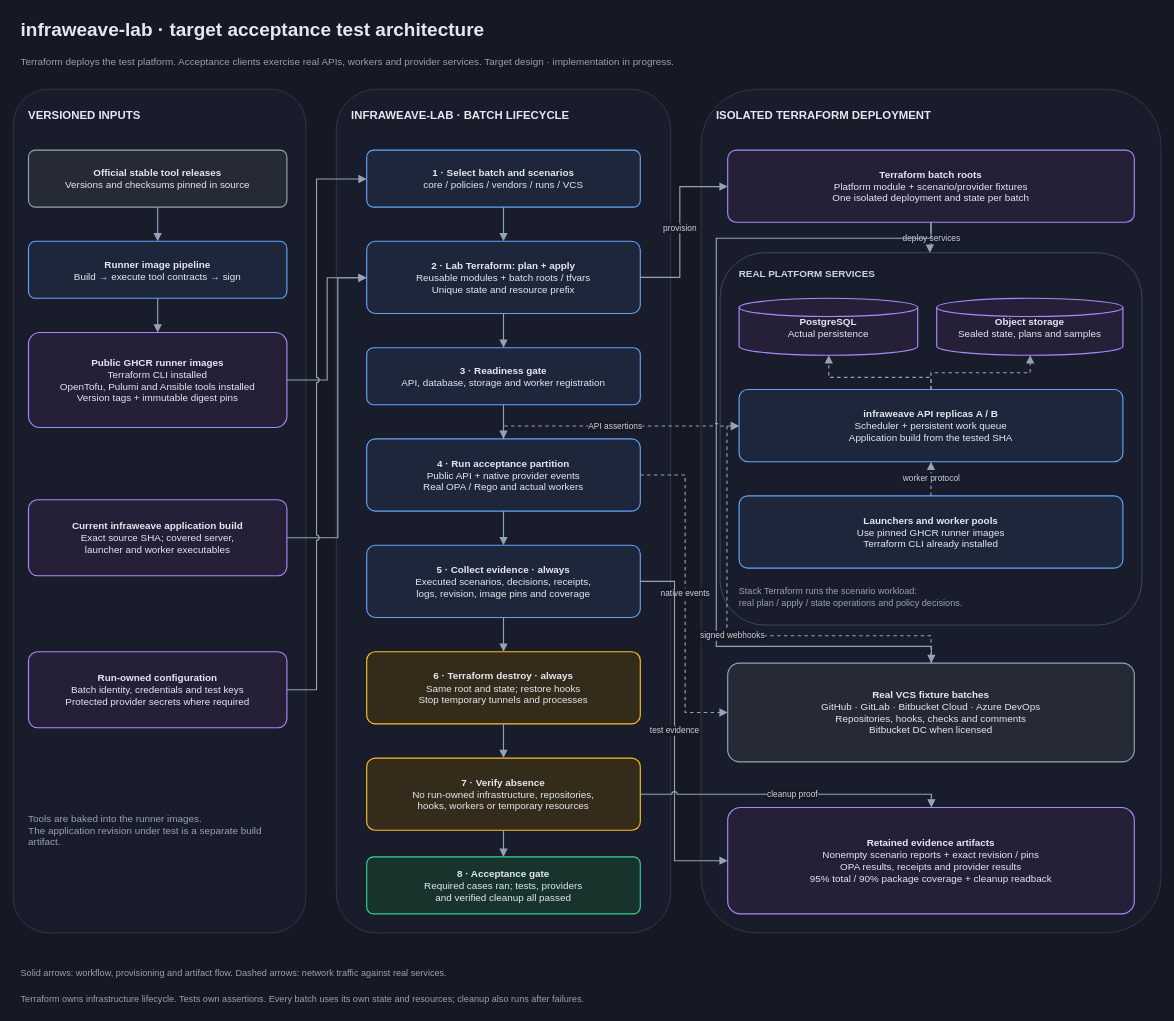
This is docs/diagrams/infraweave-lab-test-architecture.drawio from weaveplatform/infraweave, a draw.io file, before an edit. Source tidied: cells renumbered, new cells numbered last; positions are measured from the earlier drawing's top-left corner, leaving out a move shared by most shapes. Both pictures are drawn from the tidied source at 76%, with x=0, y=0 at pixel (13, 13).
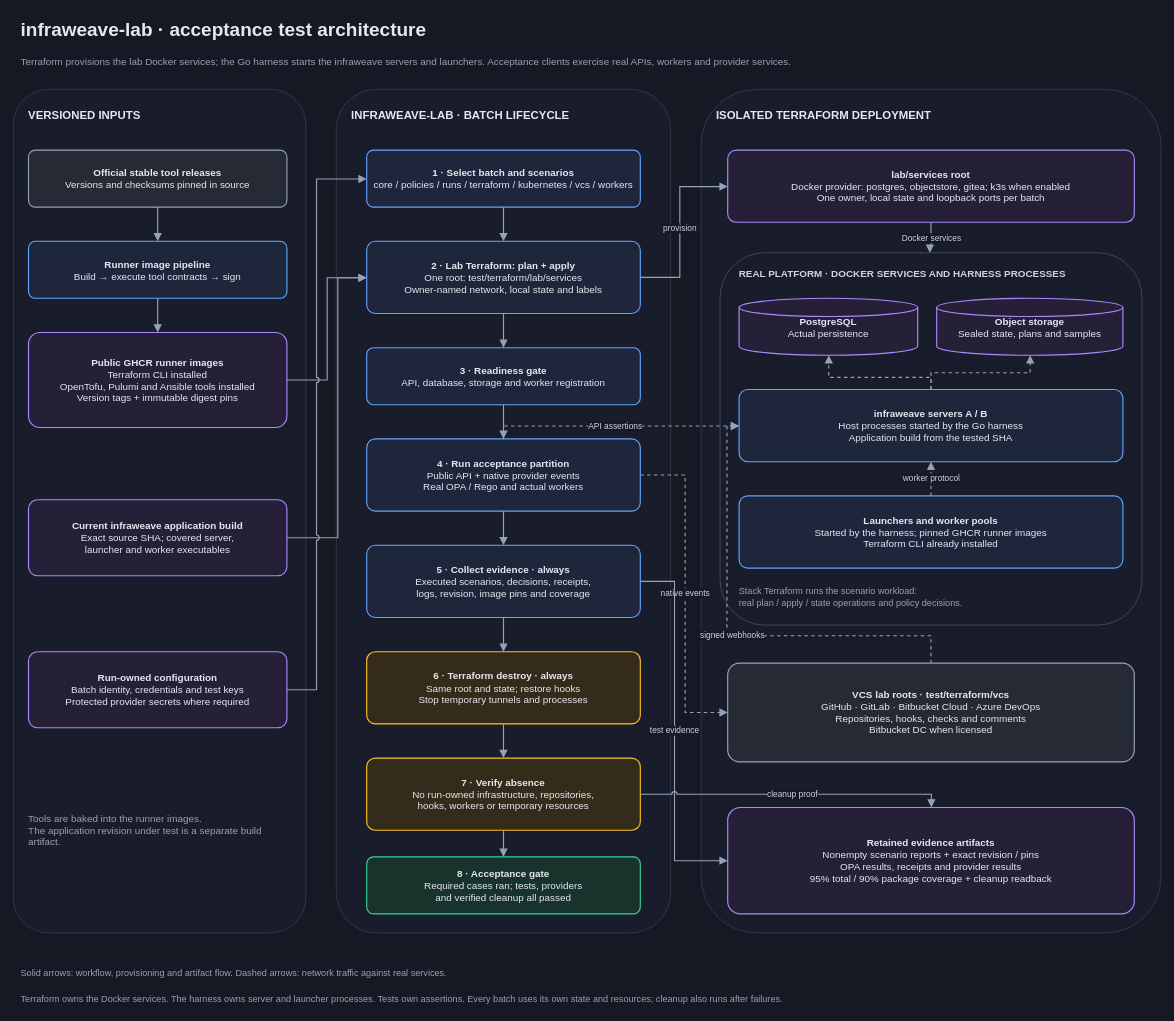
After the change.

The change refers to these unchanged cells:
```xml
<mxCell id="25" style="rounded=1;arcSize=12;whiteSpace=wrap;html=1;fontFamily=Helvetica;fontSize=13;fontColor=#e6e8f0;strokeWidth=1.5;spacing=10;fillColor=#191d2b;strokeColor=#3a3f55;dashed=0;strokeColor=#475569;strokeWidth=1;" parent="1" vertex="1">
  <mxGeometry x="930" y="315" width="555" height="490" as="geometry" />
</mxCell>
```

Diff of the diagram source:
```diff
@@
-    <mxCell id="2" value="infraweave-lab · target acceptance test architecture" style="text;html=1;whiteSpace=wrap;fontFamily=Helvetica;fontSize=25;fontColor=#e6e8f0;align=left;verticalAlign=middle;spacing=0;fontStyle=1;" parent="1" vertex="1">
+    <mxCell id="2" value="infraweave-lab · acceptance test architecture" style="text;html=1;whiteSpace=wrap;fontFamily=Helvetica;fontSize=25;fontColor=#e6e8f0;align=left;verticalAlign=middle;spacing=0;fontStyle=1;" parent="1" vertex="1">
       <mxGeometry x="10" width="1450" height="40" as="geometry" />
     </mxCell>
-    <mxCell id="3" value="Terraform deploys the test platform. Acceptance clients exercise real APIs, workers and provider services. Target design · implementation in progress." style="text;html=1;whiteSpace=wrap;fontFamily=Helvetica;fontSize=13;fontColor=#9aa0b4;align=left;verticalAlign=middle;spacing=0;fontStyle=0;" parent="1" vertex="1">
+    <mxCell id="3" value="Terraform provisions the lab Docker services; the Go harness starts the infraweave servers and launchers. Acceptance clients exercise real APIs, workers and provider services." style="text;html=1;whiteSpace=wrap;fontFamily=Helvetica;fontSize=13;fontColor=#9aa0b4;align=left;verticalAlign=middle;spacing=0;fontStyle=0;" parent="1" vertex="1">
       <mxGeometry x="10" y="48" width="1450" height="30" as="geometry" />
     </mxCell>
@@
-    <mxCell id="16" value="&lt;b&gt;1 · Select batch and scenarios&lt;/b&gt;&lt;br&gt;core / policies / vendors / runs / VCS" style="rounded=1;arcSize=12;whiteSpace=wrap;html=1;fontFamily=Helvetica;fontSize=13;fontColor=#e6e8f0;strokeWidth=1.5;spacing=10;fillColor=#1d263b;strokeColor=#60a5fa;" parent="1" vertex="1">
+    <mxCell id="16" value="&lt;b&gt;1 · Select batch and scenarios&lt;/b&gt;&lt;br&gt;core / policies / runs / terraform / kubernetes / vcs / workers" style="rounded=1;arcSize=12;whiteSpace=wrap;html=1;fontFamily=Helvetica;fontSize=13;fontColor=#e6e8f0;strokeWidth=1.5;spacing=10;fillColor=#1d263b;strokeColor=#60a5fa;" parent="1" vertex="1">
       <mxGeometry x="465" y="180" width="360" height="75" as="geometry" />
     </mxCell>
-    <mxCell id="17" value="&lt;b&gt;2 · Lab Terraform: plan + apply&lt;/b&gt;&lt;br&gt;Reusable modules + batch roots / tfvars&lt;br&gt;Unique state and resource prefix" style="rounded=1;arcSize=12;whiteSpace=wrap;html=1;fontFamily=Helvetica;fontSize=13;fontColor=#e6e8f0;strokeWidth=1.5;spacing=10;fillColor=#1d263b;strokeColor=#60a5fa;" parent="1" vertex="1">
+    <mxCell id="17" value="&lt;b&gt;2 · Lab Terraform: plan + apply&lt;/b&gt;&lt;br&gt;One root: test/terraform/lab/services&lt;br&gt;Owner-named network, local state and labels" style="rounded=1;arcSize=12;whiteSpace=wrap;html=1;fontFamily=Helvetica;fontSize=13;fontColor=#e6e8f0;strokeWidth=1.5;spacing=10;fillColor=#1d263b;strokeColor=#60a5fa;" parent="1" vertex="1">
       <mxGeometry x="465" y="300" width="360" height="95" as="geometry" />
     </mxCell>
@@
-    <mxCell id="24" value="&lt;b&gt;Terraform batch roots&lt;/b&gt;&lt;br&gt;Platform module + scenario/provider fixtures&lt;br&gt;One isolated deployment and state per batch" style="rounded=1;arcSize=12;whiteSpace=wrap;html=1;fontFamily=Helvetica;fontSize=13;fontColor=#e6e8f0;strokeWidth=1.5;spacing=10;fillColor=#251f38;strokeColor=#a78bfa;" parent="1" vertex="1">
+    <mxCell id="24" value="&lt;b&gt;lab/services root&lt;/b&gt;&lt;br&gt;Docker provider: postgres, objectstore, gitea; k3s when enabled&lt;br&gt;One owner, local state and loopback ports per batch" style="rounded=1;arcSize=12;whiteSpace=wrap;html=1;fontFamily=Helvetica;fontSize=13;fontColor=#e6e8f0;strokeWidth=1.5;spacing=10;fillColor=#251f38;strokeColor=#a78bfa;" parent="1" vertex="1">
       <mxGeometry x="940" y="180" width="535" height="95" as="geometry" />
     </mxCell>
@@
-    <mxCell id="26" value="REAL PLATFORM SERVICES" style="text;html=1;whiteSpace=wrap;fontFamily=Helvetica;fontSize=13;fontColor=#cbd5e1;align=left;verticalAlign=middle;spacing=0;fontStyle=1;" parent="1" vertex="1">
+    <mxCell id="26" value="REAL PLATFORM · DOCKER SERVICES AND HARNESS PROCESSES" style="text;html=1;whiteSpace=wrap;fontFamily=Helvetica;fontSize=13;fontColor=#cbd5e1;align=left;verticalAlign=middle;spacing=0;fontStyle=1;" parent="1" vertex="1">
       <mxGeometry x="955" y="330" width="510" height="25" as="geometry" />
     </mxCell>
@@
-    <mxCell id="29" value="&lt;b&gt;infraweave API replicas A / B&lt;/b&gt;&lt;br&gt;Scheduler + persistent work queue&lt;br&gt;Application build from the tested SHA" style="rounded=1;arcSize=12;whiteSpace=wrap;html=1;fontFamily=Helvetica;fontSize=13;fontColor=#e6e8f0;strokeWidth=1.5;spacing=10;fillColor=#1d263b;strokeColor=#60a5fa;" parent="1" vertex="1">
+    <mxCell id="29" value="&lt;b&gt;infraweave servers A / B&lt;/b&gt;&lt;br&gt;Host processes started by the Go harness&lt;br&gt;Application build from the tested SHA" style="rounded=1;arcSize=12;whiteSpace=wrap;html=1;fontFamily=Helvetica;fontSize=13;fontColor=#e6e8f0;strokeWidth=1.5;spacing=10;fillColor=#1d263b;strokeColor=#60a5fa;" parent="1" vertex="1">
       <mxGeometry x="955" y="495" width="505" height="95" as="geometry" />
     </mxCell>
-    <mxCell id="30" value="&lt;b&gt;Launchers and worker pools&lt;/b&gt;&lt;br&gt;Use pinned GHCR runner images&lt;br&gt;Terraform CLI already installed" style="rounded=1;arcSize=12;whiteSpace=wrap;html=1;fontFamily=Helvetica;fontSize=13;fontColor=#e6e8f0;strokeWidth=1.5;spacing=10;fillColor=#1d263b;strokeColor=#60a5fa;" parent="1" vertex="1">
+    <mxCell id="30" value="&lt;b&gt;Launchers and worker pools&lt;/b&gt;&lt;br&gt;Started by the harness; pinned GHCR runner images&lt;br&gt;Terraform CLI already installed" style="rounded=1;arcSize=12;whiteSpace=wrap;html=1;fontFamily=Helvetica;fontSize=13;fontColor=#e6e8f0;strokeWidth=1.5;spacing=10;fillColor=#1d263b;strokeColor=#60a5fa;" parent="1" vertex="1">
       <mxGeometry x="955" y="635" width="505" height="95" as="geometry" />
     </mxCell>
@@
-    <mxCell id="32" value="&lt;b&gt;Real VCS fixture batches&lt;/b&gt;&lt;br&gt;GitHub · GitLab · Bitbucket Cloud · Azure DevOps&lt;br&gt;Repositories, hooks, checks and comments&lt;br&gt;Bitbucket DC when licensed" style="rounded=1;arcSize=12;whiteSpace=wrap;html=1;fontFamily=Helvetica;fontSize=13;fontColor=#e6e8f0;strokeWidth=1.5;spacing=10;fillColor=#252a35;strokeColor=#94a3b8;" parent="1" vertex="1">
+    <mxCell id="32" value="&lt;b&gt;VCS lab roots · test/terraform/vcs&lt;/b&gt;&lt;br&gt;GitHub · GitLab · Bitbucket Cloud · Azure DevOps&lt;br&gt;Repositories, hooks, checks and comments&lt;br&gt;Bitbucket DC when licensed" style="rounded=1;arcSize=12;whiteSpace=wrap;html=1;fontFamily=Helvetica;fontSize=13;fontColor=#e6e8f0;strokeWidth=1.5;spacing=10;fillColor=#252a35;strokeColor=#94a3b8;" parent="1" vertex="1">
       <mxGeometry x="940" y="855" width="535" height="130" as="geometry" />
     </mxCell>
@@
-    <mxCell id="47" value="deploy services" style="strokeColor=#94a3b8;strokeWidth=1.5;endArrow=block;endSize=7;fontFamily=Helvetica;fontSize=11;fontColor=#cbd5e1;labelBackgroundColor=#161823;dashed=0;jumpStyle=arc;jumpSize=6;labelPlacement=auto;edgeStyle=orthogonalEdgeStyle;rounded=0;libavoidRouting=1;jettySize=auto;html=1;" parent="1" edge="1" source="24" target="25">
+    <mxCell id="47" value="Docker services" style="strokeColor=#94a3b8;strokeWidth=1.5;endArrow=block;endSize=7;fontFamily=Helvetica;fontSize=11;fontColor=#cbd5e1;labelBackgroundColor=#161823;dashed=0;jumpStyle=arc;jumpSize=6;labelPlacement=auto;edgeStyle=orthogonalEdgeStyle;rounded=0;libavoidRouting=1;jettySize=auto;html=1;" parent="1" edge="1" source="24" target="25">
       <mxGeometry relative="1" as="geometry">
         <Array as="points">
           <mxPoint x="1208" y="310" />
           <mxPoint x="1206" y="310" />
           <mxPoint x="1206" y="466" />
           <mxPoint x="1208" y="466" />
         </Array>
       </mxGeometry>
     </mxCell>
-    <mxCell id="48" style="strokeColor=#94a3b8;strokeWidth=1.5;endArrow=block;endSize=7;fontFamily=Helvetica;fontSize=11;fontColor=#cbd5e1;labelBackgroundColor=#161823;dashed=0;jumpStyle=arc;jumpSize=6;labelPlacement=auto;edgeStyle=orthogonalEdgeStyle;rounded=0;libavoidRouting=1;jettySize=auto;html=1;" parent="1" edge="1" source="24" target="32">
-      <mxGeometry relative="1" as="geometry">
-        <Array as="points">
-          <mxPoint x="1208" y="296" />
-          <mxPoint x="925" y="296" />
-          <mxPoint x="925" y="833" />
-          <mxPoint x="1208" y="833" />
-        </Array>
-      </mxGeometry>
-    </mxCell>
@@
-    <mxCell id="58" value="Terraform owns infrastructure lifecycle. Tests own assertions. Every batch uses its own state and resources; cleanup also runs after failures." style="text;html=1;whiteSpace=wrap;fontFamily=Helvetica;fontSize=12;fontColor=#9aa0b4;align=left;verticalAlign=middle;spacing=0;fontStyle=0;" parent="1" vertex="1">
+    <mxCell id="58" value="Terraform owns the Docker services. The harness owns server and launcher processes. Tests own assertions. Every batch uses its own state and resources; cleanup also runs after failures." style="text;html=1;whiteSpace=wrap;fontFamily=Helvetica;fontSize=12;fontColor=#9aa0b4;align=left;verticalAlign=middle;spacing=0;fontStyle=0;" parent="1" vertex="1">
       <mxGeometry x="10" y="1285" width="1480" height="25" as="geometry" />
     </mxCell>
```
